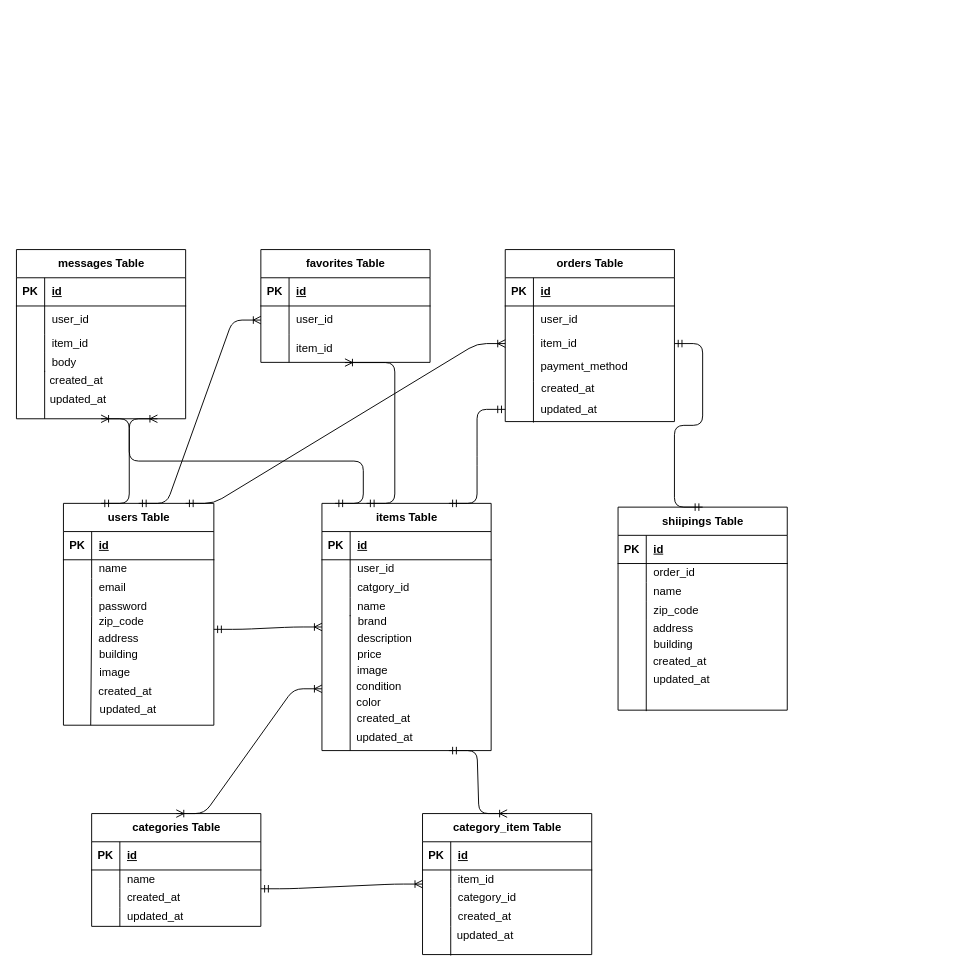
Before: src/docs/ERD.drawio in hiroya-0425/mockcase1, a draw.io diagram. Source tidied: cells renumbered, new cells numbered last; positions are measured from the earlier drawing's top-left corner, leaving out a move shared by most shapes. Both pictures are drawn from the tidied source at 94%, with x=0, y=0 at pixel (16, 249).
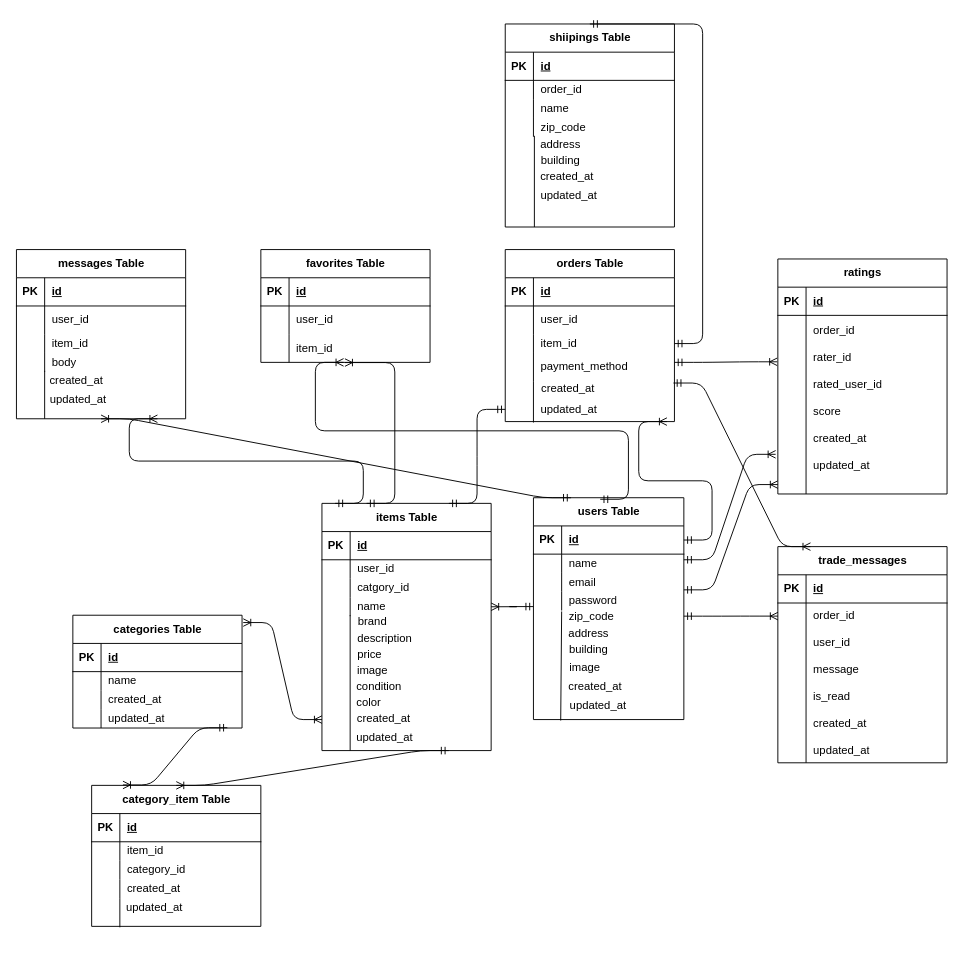
After the change.

Unchanged cells that the change refers to:
```xml
<mxCell id="6" style="shape=tableRow;horizontal=0;startSize=0;swimlaneHead=0;swimlaneBody=0;fillColor=none;points=[[0,0.5],[1,0.5]];portConstraint=eastwest;top=0;left=0;right=0;bottom=0;" parent="2" vertex="1">
  <mxGeometry y="60" width="180" height="30" as="geometry" />
</mxCell>
<mxCell id="19" style="shape=tableRow;horizontal=0;startSize=0;swimlaneHead=0;swimlaneBody=0;fillColor=none;points=[[0,0.5],[1,0.5]];portConstraint=eastwest;top=0;left=0;right=0;bottom=0;" parent="12" vertex="1">
  <mxGeometry y="90" width="180" height="20" as="geometry" />
</mxCell>
<mxCell id="22" style="shape=tableRow;horizontal=0;startSize=0;swimlaneHead=0;swimlaneBody=0;fillColor=none;points=[[0,0.5],[1,0.5]];portConstraint=eastwest;top=0;left=0;right=0;bottom=0;" parent="12" vertex="1">
  <mxGeometry y="110" width="180" height="30" as="geometry" />
</mxCell>
<mxCell id="26" style="shape=tableRow;horizontal=0;startSize=0;swimlaneHead=0;swimlaneBody=0;fillColor=none;points=[[0,0.5],[1,0.5]];portConstraint=eastwest;top=0;left=0;right=0;bottom=1;" parent="25" vertex="1">
  <mxGeometry y="30" width="160" height="30" as="geometry" />
</mxCell>
<mxCell id="35" style="shape=tableRow;horizontal=0;startSize=0;swimlaneHead=0;swimlaneBody=0;fillColor=none;points=[[0,0.5],[1,0.5]];portConstraint=eastwest;top=0;left=0;right=0;bottom=0;" parent="25" vertex="1">
  <mxGeometry y="100" width="160" height="20" as="geometry" />
</mxCell>
<mxCell id="38" value="items Table" style="shape=table;startSize=30;childLayout=tableLayout;rowLines=0;fontStyle=1;align=center;html=1;" parent="1" vertex="1">
  <mxGeometry x="325" y="270" width="180" height="263" as="geometry" />
</mxCell>
<mxCell id="48" style="shape=tableRow;horizontal=0;startSize=0;swimlaneHead=0;swimlaneBody=0;fillColor=none;points=[[0,0.5],[1,0.5]];portConstraint=eastwest;top=0;left=0;right=0;bottom=0;" parent="38" vertex="1">
  <mxGeometry y="100" width="180" height="20" as="geometry" />
</mxCell>
<mxCell id="68" style="shape=tableRow;horizontal=0;startSize=0;swimlaneHead=0;swimlaneBody=0;fillColor=none;points=[[0,0.5],[1,0.5]];portConstraint=eastwest;top=0;left=0;right=0;bottom=0;" parent="64" vertex="1">
  <mxGeometry y="60" width="180" height="20" as="geometry" />
</mxCell>
<mxCell id="74" style="shape=tableRow;horizontal=0;startSize=0;swimlaneHead=0;swimlaneBody=0;fillColor=none;points=[[0,0.5],[1,0.5]];portConstraint=eastwest;top=0;left=0;right=0;bottom=0;" parent="64" vertex="1">
  <mxGeometry y="100" width="180" height="20" as="geometry" />
</mxCell>
```

What changed in the source:
```diff
@@
     <mxCell id="25" value="users Table" style="shape=table;startSize=30;childLayout=tableLayout;rowLines=0;fontStyle=1;align=center;html=1;" parent="1" vertex="1">
-      <mxGeometry x="50" y="270" width="160" height="236" as="geometry" />
+      <mxGeometry x="550" y="264" width="160" height="236" as="geometry" />
     </mxCell>
@@
     <mxCell id="51" value="shiipings Table" style="shape=table;startSize=30;childLayout=tableLayout;rowLines=0;fontStyle=1;align=center;html=1;" parent="1" vertex="1">
-      <mxGeometry x="640" y="274" width="180" height="216" as="geometry" />
+      <mxGeometry x="520" y="-240" width="180" height="216" as="geometry" />
     </mxCell>
@@
     <mxCell id="64" value="categories Table" style="shape=table;startSize=30;childLayout=tableLayout;rowLines=0;fontStyle=1;align=center;html=1;" parent="1" vertex="1">
-      <mxGeometry x="80" y="600" width="180" height="120" as="geometry" />
+      <mxGeometry x="60" y="389" width="180" height="120" as="geometry" />
     </mxCell>
@@
     <mxCell id="77" value="category_item Table" style="shape=table;startSize=30;childLayout=tableLayout;rowLines=0;fontStyle=1;align=center;html=1;" parent="1" vertex="1">
-      <mxGeometry x="432" y="600" width="180" height="150" as="geometry" />
+      <mxGeometry x="80" y="570" width="180" height="150" as="geometry" />
     </mxCell>
@@
     <mxCell id="109" value="&lt;span style=&quot;font-weight: normal;&quot;&gt;zip_code&lt;/span&gt;" style="text;html=1;align=center;verticalAlign=middle;whiteSpace=wrap;rounded=0;fontFamily=Helvetica;fontSize=12;fontColor=default;fontStyle=1;" parent="1" vertex="1">
-      <mxGeometry x="82" y="386" width="60" height="20" as="geometry" />
+      <mxGeometry x="582" y="381" width="60" height="20" as="geometry" />
     </mxCell>
     <mxCell id="110" value="&lt;span style=&quot;font-weight: normal;&quot;&gt;address&lt;/span&gt;" style="text;html=1;align=center;verticalAlign=middle;whiteSpace=wrap;rounded=0;fontFamily=Helvetica;fontSize=12;fontColor=default;fontStyle=1;" parent="1" vertex="1">
-      <mxGeometry x="79" y="404" width="60" height="20" as="geometry" />
+      <mxGeometry x="579" y="399" width="60" height="20" as="geometry" />
     </mxCell>
     <mxCell id="111" value="&lt;span style=&quot;font-weight: 400;&quot;&gt;building&lt;/span&gt;" style="text;html=1;align=center;verticalAlign=middle;whiteSpace=wrap;rounded=0;fontFamily=Helvetica;fontSize=12;fontColor=default;fontStyle=1;" parent="1" vertex="1">
-      <mxGeometry x="79" y="421" width="60" height="20" as="geometry" />
+      <mxGeometry x="579" y="416" width="60" height="20" as="geometry" />
     </mxCell>
     <mxCell id="112" value="&lt;span style=&quot;font-weight: normal;&quot;&gt;updated_at&lt;/span&gt;" style="text;html=1;align=center;verticalAlign=middle;whiteSpace=wrap;rounded=0;fontFamily=Helvetica;fontSize=12;fontColor=default;fontStyle=1;" parent="1" vertex="1">
-      <mxGeometry x="89" y="480" width="60" height="20" as="geometry" />
+      <mxGeometry x="589" y="475" width="60" height="20" as="geometry" />
     </mxCell>
     <mxCell id="113" value="&lt;span style=&quot;font-weight: normal;&quot;&gt;created_at&lt;/span&gt;" style="text;html=1;align=center;verticalAlign=middle;whiteSpace=wrap;rounded=0;fontFamily=Helvetica;fontSize=12;fontColor=default;fontStyle=1;" parent="1" vertex="1">
-      <mxGeometry x="86" y="460" width="60" height="20" as="geometry" />
+      <mxGeometry x="586" y="455" width="60" height="20" as="geometry" />
     </mxCell>
     <mxCell id="114" value="&lt;span style=&quot;font-weight: 400;&quot;&gt;image&lt;/span&gt;" style="text;html=1;align=center;verticalAlign=middle;whiteSpace=wrap;rounded=0;fontFamily=Helvetica;fontSize=12;fontColor=default;fontStyle=1;" parent="1" vertex="1">
-      <mxGeometry x="75" y="440" width="60" height="20" as="geometry" />
+      <mxGeometry x="575" y="435" width="60" height="20" as="geometry" />
     </mxCell>
     <mxCell id="115" style="endArrow=none;html=1;fontFamily=Helvetica;fontSize=12;fontColor=default;fontStyle=1;" parent="1" edge="1">
       <mxGeometry relative="1" as="geometry">
-        <mxPoint x="79" y="506" as="sourcePoint" />
-        <mxPoint x="80" y="390" as="targetPoint" />
+        <mxPoint x="579" y="501" as="sourcePoint" />
+        <mxPoint x="580" y="385" as="targetPoint" />
       </mxGeometry>
     </mxCell>
@@
     <mxCell id="124" value="&lt;span style=&quot;font-weight: normal;&quot;&gt;address&lt;/span&gt;" style="text;html=1;align=center;verticalAlign=middle;whiteSpace=wrap;rounded=0;fontFamily=Helvetica;fontSize=12;fontColor=default;fontStyle=1;" parent="1" vertex="1">
-      <mxGeometry x="669" y="393" width="60" height="20" as="geometry" />
+      <mxGeometry x="549" y="-122" width="60" height="20" as="geometry" />
     </mxCell>
@@
     <mxCell id="126" value="&lt;span style=&quot;font-weight: normal;&quot;&gt;building&lt;/span&gt;" style="text;html=1;align=center;verticalAlign=middle;whiteSpace=wrap;rounded=0;fontFamily=Helvetica;fontSize=12;fontColor=default;fontStyle=1;" parent="1" vertex="1">
-      <mxGeometry x="669" y="410" width="60" height="20" as="geometry" />
+      <mxGeometry x="549" y="-105" width="60" height="20" as="geometry" />
     </mxCell>
     <mxCell id="127" value="&lt;span style=&quot;font-weight: normal;&quot;&gt;updated_at&lt;/span&gt;" style="text;html=1;align=center;verticalAlign=middle;whiteSpace=wrap;rounded=0;fontFamily=Helvetica;fontSize=12;fontColor=default;fontStyle=1;" parent="1" vertex="1">
-      <mxGeometry x="678" y="448" width="60" height="20" as="geometry" />
+      <mxGeometry x="558" y="-67" width="60" height="20" as="geometry" />
     </mxCell>
     <mxCell id="128" value="&lt;span style=&quot;font-weight: normal;&quot;&gt;created_at&lt;/span&gt;" style="text;html=1;align=center;verticalAlign=middle;whiteSpace=wrap;rounded=0;fontFamily=Helvetica;fontSize=12;fontColor=default;fontStyle=1;" parent="1" vertex="1">
-      <mxGeometry x="676" y="428" width="60" height="20" as="geometry" />
+      <mxGeometry x="556" y="-87" width="60" height="20" as="geometry" />
     </mxCell>
     <mxCell id="129" style="endArrow=none;html=1;fontFamily=Helvetica;fontSize=12;fontColor=default;fontStyle=1;" parent="1" edge="1">
       <mxGeometry relative="1" as="geometry">
-        <mxPoint x="670" y="394" as="sourcePoint" />
-        <mxPoint x="670" y="491" as="targetPoint" />
+        <mxPoint x="551" y="-121" as="sourcePoint" />
+        <mxPoint x="551" y="-24" as="targetPoint" />
       </mxGeometry>
     </mxCell>
     <mxCell id="130" value="&lt;span style=&quot;font-weight: normal;&quot;&gt;updated_at&lt;/span&gt;" style="text;html=1;align=center;verticalAlign=middle;whiteSpace=wrap;rounded=0;fontFamily=Helvetica;fontSize=12;fontColor=default;fontStyle=1;" parent="1" vertex="1">
-      <mxGeometry x="469" y="720" width="60" height="20" as="geometry" />
+      <mxGeometry x="117" y="690" width="60" height="20" as="geometry" />
     </mxCell>
     <mxCell id="131" style="endArrow=none;html=1;fontFamily=Helvetica;fontSize=12;fontColor=default;fontStyle=1;" parent="1" edge="1">
       <mxGeometry relative="1" as="geometry">
-        <mxPoint x="462" y="720" as="sourcePoint" />
-        <mxPoint x="462" y="751" as="targetPoint" />
+        <mxPoint x="110" y="690" as="sourcePoint" />
+        <mxPoint x="110" y="721" as="targetPoint" />
       </mxGeometry>
     </mxCell>
-    <mxCell id="132" style="edgeStyle=entityRelationEdgeStyle;fontSize=12;html=1;endArrow=ERoneToMany;startArrow=ERmandOne;fontFamily=Helvetica;fontColor=default;fontStyle=1;entryX=0;entryY=0.5;entryDx=0;entryDy=0;" parent="1" edge="1" target="38">
-      <mxGeometry relative="1" as="geometry">
-        <mxPoint x="210" y="404" as="sourcePoint" />
-      </mxGeometry>
+    <mxCell id="132" style="edgeStyle=entityRelationEdgeStyle;fontSize=12;html=1;endArrow=ERoneToMany;startArrow=ERmandOne;fontFamily=Helvetica;fontColor=default;fontStyle=1;entryX=1;entryY=0.5;entryDx=0;entryDy=0;exitX=0;exitY=0.79;exitDx=0;exitDy=0;exitPerimeter=0;" parent="1" edge="1" source="35" target="48">
+      <mxGeometry relative="1" as="geometry" />
     </mxCell>
@@
-    <mxCell id="134" style="edgeStyle=entityRelationEdgeStyle;fontSize=12;html=1;endArrow=ERoneToMany;startArrow=ERmandOne;fontFamily=Helvetica;fontColor=default;fontStyle=1;entryX=0;entryY=0.5;entryDx=0;entryDy=0;exitX=0.5;exitY=0;exitDx=0;exitDy=0;" parent="1" edge="1" source="25" target="6">
-      <mxGeometry relative="1" as="geometry" />
+    <mxCell id="134" style="edgeStyle=entityRelationEdgeStyle;fontSize=12;html=1;endArrow=ERoneToMany;startArrow=ERmandOne;fontFamily=Helvetica;fontColor=default;fontStyle=1;exitX=0.444;exitY=0.007;exitDx=0;exitDy=0;exitPerimeter=0;" parent="1" edge="1" source="25">
+      <mxGeometry relative="1" as="geometry">
+        <mxPoint x="348" y="120" as="targetPoint" />
+        <Array as="points">
+          <mxPoint x="450" y="190" />
+          <mxPoint x="460" y="200" />
+        </Array>
+      </mxGeometry>
     </mxCell>
-    <mxCell id="135" style="edgeStyle=entityRelationEdgeStyle;fontSize=12;html=1;endArrow=ERoneToMany;startArrow=ERmandOne;fontFamily=Helvetica;fontColor=default;fontStyle=1;entryX=0;entryY=0.5;entryDx=0;entryDy=0;" parent="1" edge="1" target="19">
+    <mxCell id="135" style="edgeStyle=entityRelationEdgeStyle;fontSize=12;html=1;endArrow=ERoneToMany;startArrow=ERmandOne;fontFamily=Helvetica;fontColor=default;fontStyle=1;exitX=1;exitY=0.5;exitDx=0;exitDy=0;" parent="1" edge="1" source="26">
       <mxGeometry relative="1" as="geometry">
-        <mxPoint x="180" y="270" as="sourcePoint" />
+        <mxPoint x="692" y="183" as="targetPoint" />
         <Array as="points">
-          <mxPoint x="240" y="210" />
+          <mxPoint x="421.5" y="240" />
         </Array>
       </mxGeometry>
     </mxCell>
@@
-    <mxCell id="138" style="edgeStyle=entityRelationEdgeStyle;fontSize=12;html=1;endArrow=ERoneToMany;startArrow=ERoneToMany;fontFamily=Helvetica;fontColor=default;fontStyle=1;entryX=0;entryY=0.75;entryDx=0;entryDy=0;" parent="1" edge="1" target="38">
+    <mxCell id="138" style="edgeStyle=entityRelationEdgeStyle;fontSize=12;html=1;endArrow=ERoneToMany;startArrow=ERoneToMany;fontFamily=Helvetica;fontColor=default;fontStyle=1;entryX=0;entryY=0.75;entryDx=0;entryDy=0;exitX=1.007;exitY=0.065;exitDx=0;exitDy=0;exitPerimeter=0;" parent="1" edge="1" source="64">
       <mxGeometry relative="1" as="geometry">
-        <mxPoint x="170" y="600" as="sourcePoint" />
+        <mxPoint x="325" y="500" as="targetPoint" />
+        <Array as="points">
+          <mxPoint x="140" y="652.8" />
+        </Array>
       </mxGeometry>
     </mxCell>
@@
-    <mxCell id="142" style="edgeStyle=entityRelationEdgeStyle;fontSize=12;html=1;endArrow=ERoneToMany;startArrow=ERmandOne;fontFamily=Helvetica;fontColor=default;fontStyle=1;exitX=1;exitY=1;exitDx=0;exitDy=0;exitPerimeter=0;entryX=0;entryY=0.5;entryDx=0;entryDy=0;" parent="1" edge="1" source="68" target="77">
+    <mxCell id="142" style="edgeStyle=entityRelationEdgeStyle;fontSize=12;html=1;endArrow=ERoneToMany;startArrow=ERmandOne;fontFamily=Helvetica;fontColor=default;fontStyle=1;exitX=0.913;exitY=0.984;exitDx=0;exitDy=0;exitPerimeter=0;entryX=0.185;entryY=-0.003;entryDx=0;entryDy=0;entryPerimeter=0;" parent="1" edge="1" source="74" target="77">
       <mxGeometry relative="1" as="geometry" />
     </mxCell>
+    <mxCell id="143" value="trade_messages" style="shape=table;startSize=30;childLayout=tableLayout;rowLines=0;fontStyle=1;align=center;html=1;" parent="1" vertex="1">
+      <mxGeometry x="810" y="316" width="180" height="230" as="geometry" />
+    </mxCell>
+    <mxCell id="144" style="shape=tableRow;horizontal=0;startSize=0;swimlaneHead=0;swimlaneBody=0;fillColor=none;top=0;left=0;right=0;bottom=1;" parent="143" vertex="1">
+      <mxGeometry y="30" width="180" height="30" as="geometry" />
+    </mxCell>
+    <mxCell id="145" value="PK" style="shape=partialRectangle;fillColor=none;top=0;left=0;bottom=0;right=0;fontStyle=1;overflow=hidden;whiteSpace=wrap;html=1;" parent="144" vertex="1">
+      <mxGeometry width="30" height="30" as="geometry" />
+    </mxCell>
+    <mxCell id="146" value="id" style="shape=partialRectangle;fillColor=none;top=0;left=0;bottom=0;right=0;align=left;spacingLeft=6;fontStyle=5;overflow=hidden;whiteSpace=wrap;html=1;" parent="144" vertex="1">
+      <mxGeometry x="30" width="150" height="30" as="geometry" />
+    </mxCell>
+    <mxCell id="147" style="shape=tableRow;horizontal=0;startSize=0;swimlaneHead=0;swimlaneBody=0;fillColor=none;points=[[0,0.5],[1,0.5]];portConstraint=eastwest;top=0;left=0;right=0;bottom=0;" parent="143" vertex="1">
+      <mxGeometry y="60" width="180" height="170" as="geometry" />
+    </mxCell>
+    <mxCell id="148" style="shape=partialRectangle;fillColor=none;top=0;left=0;bottom=0;right=0;overflow=hidden;whiteSpace=wrap;html=1;" parent="147" vertex="1">
+      <mxGeometry width="30" height="170" as="geometry" />
+    </mxCell>
+    <mxCell id="149" value="order_id&lt;br&gt;&lt;br&gt;&lt;div&gt;user_id&lt;br&gt;&lt;br&gt;message&lt;br&gt;&lt;br&gt;is_read&lt;br&gt;&lt;br&gt;created_at&lt;br&gt;&lt;br&gt;updated_at&lt;/div&gt;" style="shape=partialRectangle;fillColor=none;top=0;left=0;bottom=0;right=0;align=left;spacingLeft=6;overflow=hidden;whiteSpace=wrap;html=1;" parent="147" vertex="1">
+      <mxGeometry x="30" width="150" height="170" as="geometry" />
+    </mxCell>
+    <mxCell id="150" value="ratings" style="shape=table;startSize=30;childLayout=tableLayout;rowLines=0;fontStyle=1;align=center;html=1;" parent="1" vertex="1">
+      <mxGeometry x="810" y="10" width="180" height="250" as="geometry" />
+    </mxCell>
+    <mxCell id="151" style="shape=tableRow;horizontal=0;startSize=0;swimlaneHead=0;swimlaneBody=0;fillColor=none;top=0;left=0;right=0;bottom=1;" parent="150" vertex="1">
+      <mxGeometry y="30" width="180" height="30" as="geometry" />
+    </mxCell>
+    <mxCell id="152" value="PK" style="shape=partialRectangle;fillColor=none;top=0;left=0;bottom=0;right=0;fontStyle=1;overflow=hidden;whiteSpace=wrap;html=1;" parent="151" vertex="1">
+      <mxGeometry width="30" height="30" as="geometry" />
+    </mxCell>
+    <mxCell id="153" value="id" style="shape=partialRectangle;fillColor=none;top=0;left=0;bottom=0;right=0;align=left;spacingLeft=6;fontStyle=5;overflow=hidden;whiteSpace=wrap;html=1;" parent="151" vertex="1">
+      <mxGeometry x="30" width="150" height="30" as="geometry" />
+    </mxCell>
+    <mxCell id="154" style="shape=tableRow;horizontal=0;startSize=0;swimlaneHead=0;swimlaneBody=0;fillColor=none;points=[[0,0.5],[1,0.5]];portConstraint=eastwest;top=0;left=0;right=0;bottom=0;" parent="150" vertex="1">
+      <mxGeometry y="60" width="180" height="190" as="geometry" />
+    </mxCell>
+    <mxCell id="155" style="shape=partialRectangle;fillColor=none;top=0;left=0;bottom=0;right=0;overflow=hidden;whiteSpace=wrap;html=1;" parent="154" vertex="1">
+      <mxGeometry width="30" height="190" as="geometry" />
+    </mxCell>
+    <mxCell id="156" value="order_id&lt;div&gt;&lt;br&gt;&lt;/div&gt;&lt;div&gt;rater_id&lt;/div&gt;&lt;div&gt;&lt;br&gt;&lt;/div&gt;&lt;div&gt;rated_user_id&lt;/div&gt;&lt;div&gt;&lt;br&gt;&lt;/div&gt;&lt;div&gt;score&lt;/div&gt;&lt;div&gt;&lt;br&gt;&lt;/div&gt;&lt;div&gt;created_at&lt;/div&gt;&lt;div&gt;&lt;br&gt;&lt;/div&gt;&lt;div&gt;updated_at&lt;/div&gt;&lt;div&gt;&lt;br&gt;&lt;/div&gt;" style="shape=partialRectangle;fillColor=none;top=0;left=0;bottom=0;right=0;align=left;spacingLeft=6;overflow=hidden;whiteSpace=wrap;html=1;" parent="154" vertex="1">
+      <mxGeometry x="30" width="150" height="190" as="geometry" />
+    </mxCell>
+    <mxCell id="157" style="edgeStyle=entityRelationEdgeStyle;fontSize=12;html=1;endArrow=ERoneToMany;startArrow=ERmandOne;fontFamily=Helvetica;fontColor=default;fontStyle=1;entryX=0;entryY=0.082;entryDx=0;entryDy=0;entryPerimeter=0;" parent="1" edge="1" target="147">
+      <mxGeometry relative="1" as="geometry">
+        <mxPoint x="710" y="390" as="sourcePoint" />
+      </mxGeometry>
+    </mxCell>
+    <mxCell id="158" style="edgeStyle=entityRelationEdgeStyle;fontSize=12;html=1;endArrow=ERoneToMany;startArrow=ERmandOne;fontFamily=Helvetica;fontColor=default;fontStyle=1;entryX=0.193;entryY=0;entryDx=0;entryDy=0;entryPerimeter=0;exitX=0.994;exitY=1.066;exitDx=0;exitDy=0;exitPerimeter=0;" parent="1" edge="1" source="22" target="143">
+      <mxGeometry relative="1" as="geometry" />
+    </mxCell>
+    <mxCell id="159" style="edgeStyle=entityRelationEdgeStyle;fontSize=12;html=1;endArrow=ERoneToMany;startArrow=ERmandOne;fontFamily=Helvetica;fontColor=default;fontStyle=1;entryX=-0.013;entryY=0.778;entryDx=0;entryDy=0;entryPerimeter=0;" parent="1" edge="1" target="154">
+      <mxGeometry relative="1" as="geometry">
+        <mxPoint x="710" y="330" as="sourcePoint" />
+      </mxGeometry>
+    </mxCell>
+    <mxCell id="160" style="edgeStyle=entityRelationEdgeStyle;fontSize=12;html=1;endArrow=ERoneToMany;startArrow=ERmandOne;fontFamily=Helvetica;fontColor=default;fontStyle=1;entryX=-0.004;entryY=0.26;entryDx=0;entryDy=0;entryPerimeter=0;" parent="1" edge="1" target="154">
+      <mxGeometry relative="1" as="geometry">
+        <mxPoint x="700" y="120" as="sourcePoint" />
+      </mxGeometry>
+    </mxCell>
+    <mxCell id="161" style="edgeStyle=entityRelationEdgeStyle;fontSize=12;html=1;endArrow=ERoneToMany;startArrow=ERmandOne;fontFamily=Helvetica;fontColor=default;fontStyle=1;entryX=-0.013;entryY=0.778;entryDx=0;entryDy=0;entryPerimeter=0;" parent="1" edge="1">
+      <mxGeometry relative="1" as="geometry">
+        <mxPoint x="710" y="362" as="sourcePoint" />
+        <mxPoint x="810" y="250" as="targetPoint" />
+      </mxGeometry>
+    </mxCell>
```
